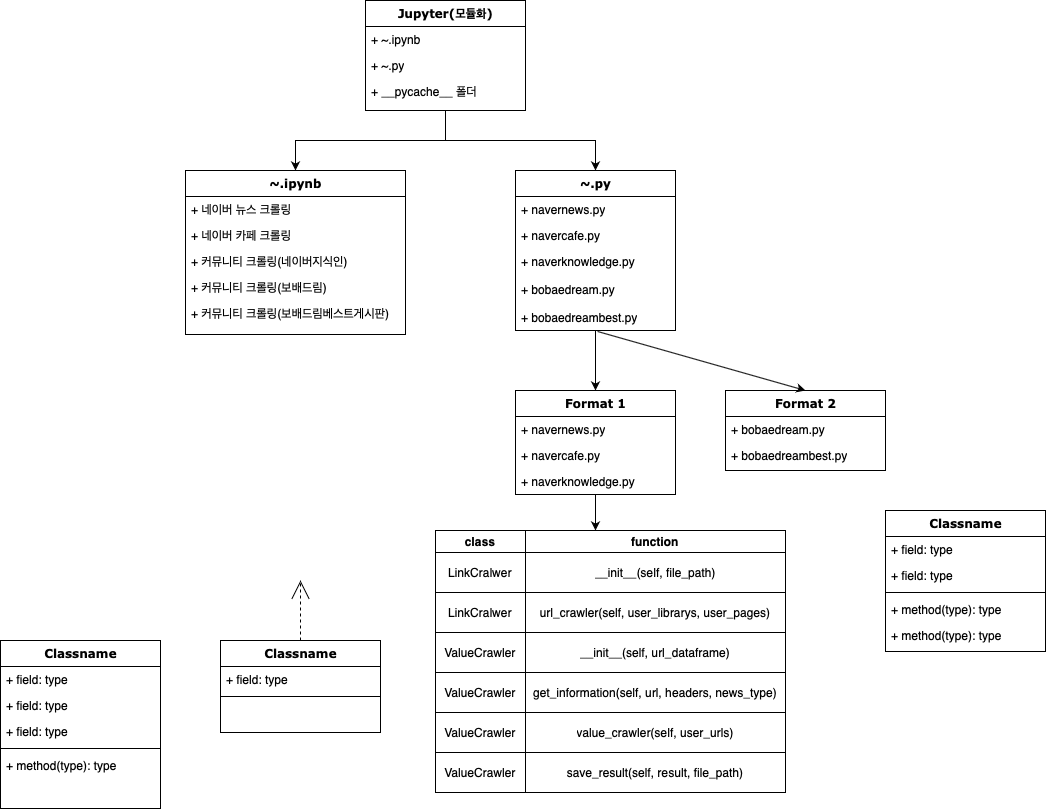
Above: crawling_module_guideline.png in jinwooahnKHU/CrawlingStudy (draw.io), before the change. Source tidied: cells renumbered, new cells last; positions are measured from the earlier drawing's top-left corner, leaving out a move shared by most shapes.
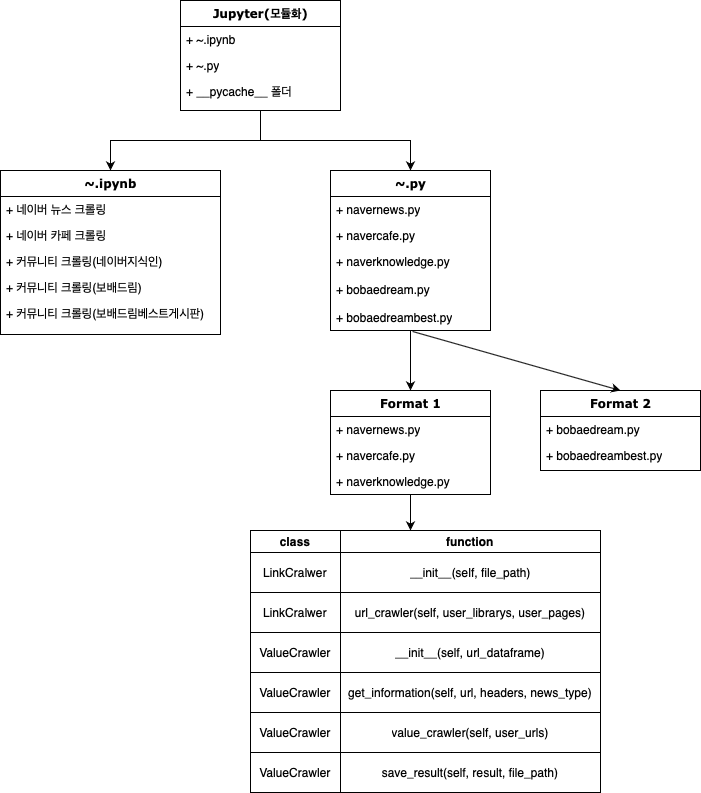
After the change.

Diff of the diagram source:
```diff
@@ -2,24 +2,6 @@
   <root>
     <mxCell id="0" />
     <mxCell id="1" parent="0" />
-    <mxCell id="2" value="Classname" style="swimlane;html=1;fontStyle=1;align=center;verticalAlign=top;horizontal=1;startSize=26;swimlaneFillColor=#ffffff;rounded=0;shadow=0;comic=0;labelBackgroundColor=none;strokeWidth=1;fillColor=none;fontFamily=Verdana;fontSize=12;" parent="1" vertex="1">
-      <mxGeometry y="640" width="160" height="168" as="geometry" />
-    </mxCell>
-    <mxCell id="3" value="+ field: type" style="text;html=1;strokeColor=none;fillColor=none;align=left;verticalAlign=top;spacingLeft=4;spacingRight=4;whiteSpace=wrap;overflow=hidden;" parent="2" vertex="1">
-      <mxGeometry y="26" width="160" height="26" as="geometry" />
-    </mxCell>
-    <mxCell id="4" value="+ field: type" style="text;html=1;strokeColor=none;fillColor=none;align=left;verticalAlign=top;spacingLeft=4;spacingRight=4;whiteSpace=wrap;overflow=hidden;" parent="2" vertex="1">
-      <mxGeometry y="52" width="160" height="26" as="geometry" />
-    </mxCell>
-    <mxCell id="5" value="+ field: type" style="text;html=1;strokeColor=none;fillColor=none;align=left;verticalAlign=top;spacingLeft=4;spacingRight=4;whiteSpace=wrap;overflow=hidden;" parent="2" vertex="1">
-      <mxGeometry y="78" width="160" height="26" as="geometry" />
-    </mxCell>
-    <mxCell id="6" style="line;html=1;strokeWidth=1;fillColor=none;align=left;verticalAlign=middle;spacingTop=-1;spacingLeft=3;spacingRight=3;labelPosition=right;" parent="2" vertex="1">
-      <mxGeometry y="104" width="160" height="8" as="geometry" />
-    </mxCell>
-    <mxCell id="7" value="+ method(type): type" style="text;html=1;strokeColor=none;fillColor=none;align=left;verticalAlign=top;spacingLeft=4;spacingRight=4;whiteSpace=wrap;overflow=hidden;" parent="2" vertex="1">
-      <mxGeometry y="112" width="160" height="26" as="geometry" />
-    </mxCell>
     <mxCell id="8" value="~.ipynb" style="swimlane;html=1;fontStyle=1;align=center;verticalAlign=top;horizontal=1;startSize=26;swimlaneFillColor=#ffffff;rounded=0;shadow=0;comic=0;labelBackgroundColor=none;strokeWidth=1;fillColor=none;fontFamily=Verdana;fontSize=12;" parent="1" vertex="1">
       <mxGeometry x="185" y="170" width="220" height="164" as="geometry" />
     </mxCell>
@@ -38,38 +20,6 @@
     <mxCell id="13" value="+ 커뮤니티 크롤링(보배드림베스트게시판)" style="text;html=1;strokeColor=none;fillColor=none;align=left;verticalAlign=top;spacingLeft=4;spacingRight=4;whiteSpace=wrap;overflow=hidden;" parent="8" vertex="1">
       <mxGeometry y="130" width="220" height="26" as="geometry" />
     </mxCell>
-    <mxCell id="14" style="edgeStyle=orthogonalEdgeStyle;rounded=0;html=1;dashed=1;labelBackgroundColor=none;startArrow=none;startFill=0;startSize=8;endArrow=open;endFill=0;endSize=16;fontFamily=Verdana;fontSize=12;" parent="1" edge="1" source="15">
-      <mxGeometry relative="1" as="geometry">
-        <mxPoint x="300" y="580" as="targetPoint" />
-      </mxGeometry>
-    </mxCell>
-    <mxCell id="15" value="Classname" style="swimlane;html=1;fontStyle=1;align=center;verticalAlign=top;horizontal=1;startSize=26;swimlaneFillColor=#ffffff;rounded=0;shadow=0;comic=0;labelBackgroundColor=none;strokeWidth=1;fillColor=none;fontFamily=Verdana;fontSize=12;" parent="1" vertex="1">
-      <mxGeometry x="220" y="640" width="160" height="92" as="geometry" />
-    </mxCell>
-    <mxCell id="16" value="+ field: type" style="text;html=1;strokeColor=none;fillColor=none;align=left;verticalAlign=top;spacingLeft=4;spacingRight=4;whiteSpace=wrap;overflow=hidden;" parent="15" vertex="1">
-      <mxGeometry y="26" width="160" height="26" as="geometry" />
-    </mxCell>
-    <mxCell id="17" style="line;html=1;strokeWidth=1;fillColor=none;align=left;verticalAlign=middle;spacingTop=-1;spacingLeft=3;spacingRight=3;labelPosition=right;" parent="15" vertex="1">
-      <mxGeometry y="52" width="160" height="8" as="geometry" />
-    </mxCell>
-    <mxCell id="18" value="Classname" style="swimlane;html=1;fontStyle=1;align=center;verticalAlign=top;horizontal=1;startSize=26;swimlaneFillColor=#ffffff;rounded=0;shadow=0;comic=0;labelBackgroundColor=none;strokeWidth=1;fillColor=none;fontFamily=Verdana;fontSize=12;" parent="1" vertex="1">
-      <mxGeometry x="885" y="510" width="160" height="141" as="geometry" />
-    </mxCell>
-    <mxCell id="19" value="+ field: type" style="text;html=1;strokeColor=none;fillColor=none;align=left;verticalAlign=top;spacingLeft=4;spacingRight=4;whiteSpace=wrap;overflow=hidden;" parent="18" vertex="1">
-      <mxGeometry y="26" width="160" height="26" as="geometry" />
-    </mxCell>
-    <mxCell id="20" value="+ field: type" style="text;html=1;strokeColor=none;fillColor=none;align=left;verticalAlign=top;spacingLeft=4;spacingRight=4;whiteSpace=wrap;overflow=hidden;" parent="18" vertex="1">
-      <mxGeometry y="52" width="160" height="26" as="geometry" />
-    </mxCell>
-    <mxCell id="21" style="line;html=1;strokeWidth=1;fillColor=none;align=left;verticalAlign=middle;spacingTop=-1;spacingLeft=3;spacingRight=3;labelPosition=right;" parent="18" vertex="1">
-      <mxGeometry y="78" width="160" height="8" as="geometry" />
-    </mxCell>
-    <mxCell id="22" value="+ method(type): type" style="text;html=1;strokeColor=none;fillColor=none;align=left;verticalAlign=top;spacingLeft=4;spacingRight=4;whiteSpace=wrap;overflow=hidden;" parent="18" vertex="1">
-      <mxGeometry y="86" width="160" height="26" as="geometry" />
-    </mxCell>
-    <mxCell id="23" value="+ method(type): type" style="text;html=1;strokeColor=none;fillColor=none;align=left;verticalAlign=top;spacingLeft=4;spacingRight=4;whiteSpace=wrap;overflow=hidden;" parent="18" vertex="1">
-      <mxGeometry y="112" width="160" height="26" as="geometry" />
-    </mxCell>
     <mxCell id="24" value="Format 1" style="swimlane;html=1;fontStyle=1;align=center;verticalAlign=top;horizontal=1;startSize=26;swimlaneFillColor=#ffffff;rounded=0;shadow=0;comic=0;labelBackgroundColor=none;strokeWidth=1;fillColor=none;fontFamily=Verdana;fontSize=12;" parent="1" vertex="1">
       <mxGeometry x="515" y="390" width="160" height="104" as="geometry" />
     </mxCell>
```
